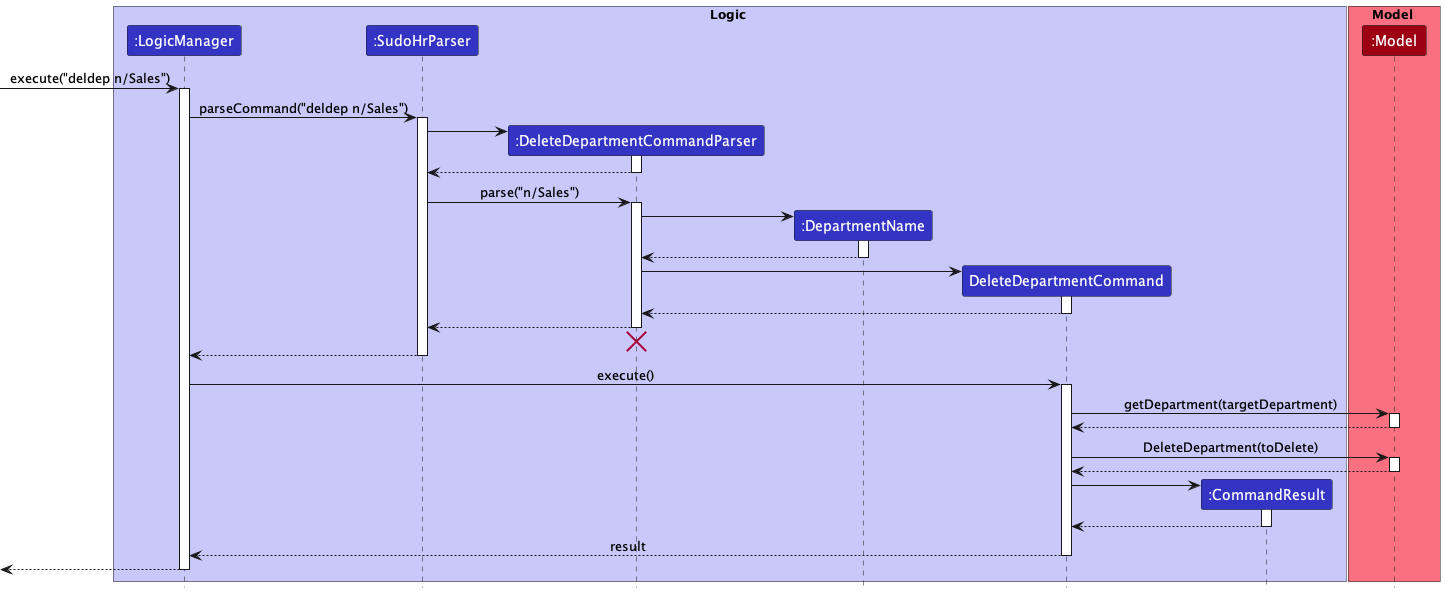
Earlier version of the PlantUML export docs/images/commands/department/DeleteDepartmentSequenceDiagram.png (nus-cs2103-AY2223S2/tp). Its diagram source:
```plantuml
@startuml
!include ../../style.puml

box Logic LOGIC_COLOR_T1
participant ":LogicManager" as LogicManager LOGIC_COLOR
participant ":SudoHrParser" as SudoHrParser LOGIC_COLOR
participant ":DeleteDepartmentCommandParser" as DeleteDepartmentCommandParser LOGIC_COLOR
participant ":DepartmentName" as DepartmentName LOGIC_COLOR
participant "DeleteDepartmentCommand" as DeleteDepartmentCommand LOGIC_COLOR
participant ":CommandResult" as CommandResult LOGIC_COLOR
end box

box Model MODEL_COLOR_T1
participant ":Model" as Model MODEL_COLOR
end box

[-> LogicManager : execute("deldep n/Sales")
activate LogicManager

LogicManager -> SudoHrParser : parseCommand("deldep n/Sales")
activate SudoHrParser

create DeleteDepartmentCommandParser
SudoHrParser -> DeleteDepartmentCommandParser
activate DeleteDepartmentCommandParser

DeleteDepartmentCommandParser --> SudoHrParser
deactivate DeleteDepartmentCommandParser

SudoHrParser -> DeleteDepartmentCommandParser : parse("n/Sales")
activate DeleteDepartmentCommandParser

create DepartmentName
DeleteDepartmentCommandParser -> DepartmentName
activate DepartmentName

DepartmentName --> DeleteDepartmentCommandParser
deactivate

create DeleteDepartmentCommand
DeleteDepartmentCommandParser -> DeleteDepartmentCommand
activate DeleteDepartmentCommand

DeleteDepartmentCommand --> DeleteDepartmentCommandParser
deactivate DeleteDepartmentCommand

DeleteDepartmentCommandParser --> SudoHrParser
deactivate DeleteDepartmentCommandParser
DeleteDepartmentCommandParser -[hidden]-> SudoHrParser
destroy DeleteDepartmentCommandParser

SudoHrParser --> LogicManager
deactivate SudoHrParser

LogicManager -> DeleteDepartmentCommand : execute()
activate DeleteDepartmentCommand

DeleteDepartmentCommand -> Model : getDepartment(targetDepartment)
activate Model

Model --> DeleteDepartmentCommand
deactivate Model

DeleteDepartmentCommand -> Model : DeleteDepartment(toDelete)
activate Model

Model --> DeleteDepartmentCommand
deactivate Model

create CommandResult
DeleteDepartmentCommand -> CommandResult
activate CommandResult

CommandResult --> DeleteDepartmentCommand
deactivate CommandResult

DeleteDepartmentCommand --> LogicManager : result
deactivate DeleteDepartmentCommand

[<--LogicManager
deactivate LogicManager
@enduml
```
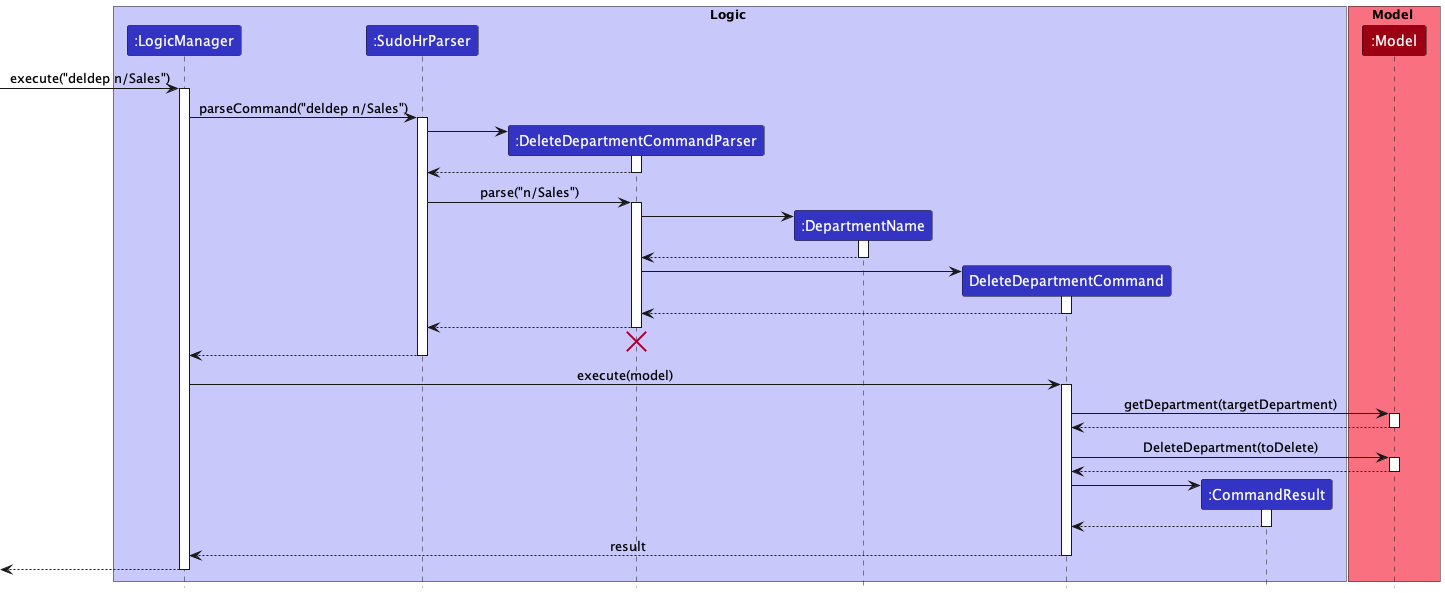
Above is the later version.

Diff of the diagram source:
```diff
@@ -52,7 +52,7 @@
 SudoHrParser --> LogicManager
 deactivate SudoHrParser
 
-LogicManager -> DeleteDepartmentCommand : execute()
+LogicManager -> DeleteDepartmentCommand : execute(model)
 activate DeleteDepartmentCommand
 
 DeleteDepartmentCommand -> Model : getDepartment(targetDepartment)
```
